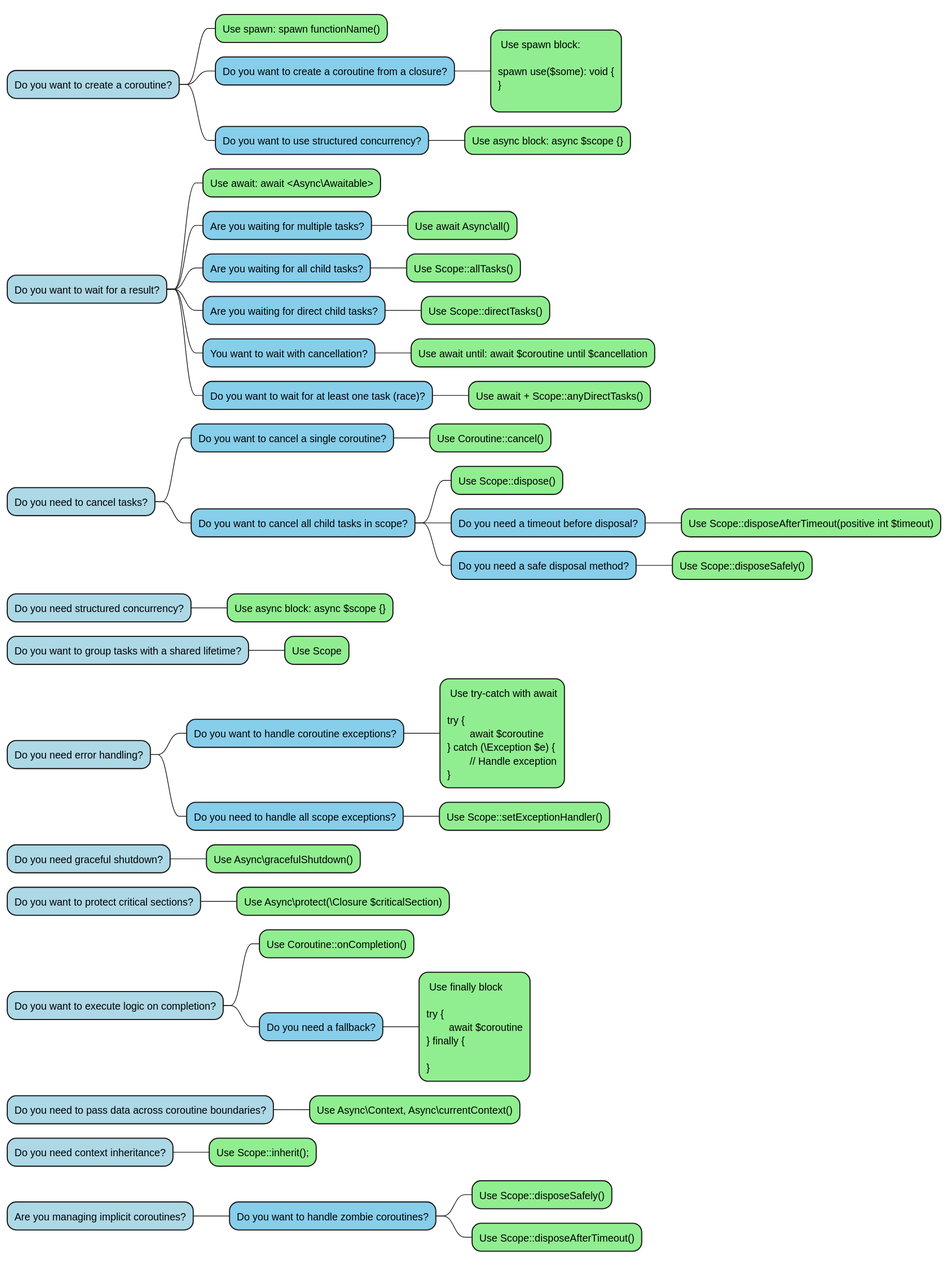
Before: diagrams/decision-tree.svg, a diagram exported from PlantUML (true-async/php-true-async-rfc).
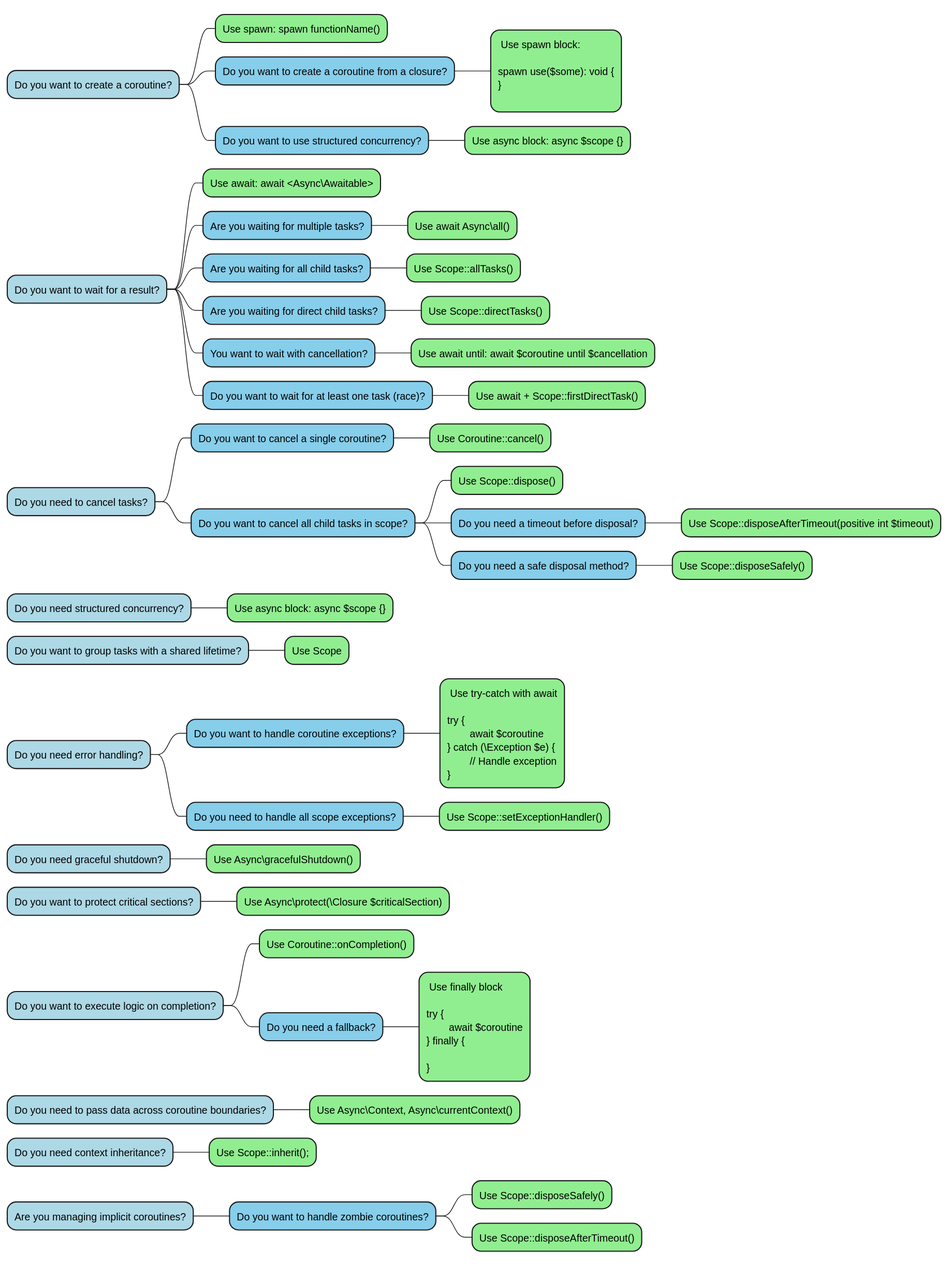
Later version of the same file.

Commit message:
Rename anyDirectTasks to firstDirectTask for clarity and update related documentation

Change to the diagram source:
```diff
@@ -20,7 +20,7 @@
 **[#87CEEB] You want to wait with cancellation?
 ***[#lightgreen] Use await until: await $coroutine until $cancellation
 **[#87CEEB] Do you want to wait for at least one task (race)?
-***[#lightgreen] Use await + Scope::anyDirectTasks()
+***[#lightgreen] Use await + Scope::firstDirectTask()
 *[#lightblue] Do you need to cancel tasks?
 **[#87CEEB] Do you want to cancel a single coroutine?
 ***[#lightgreen] Use Coroutine::cancel()
```
